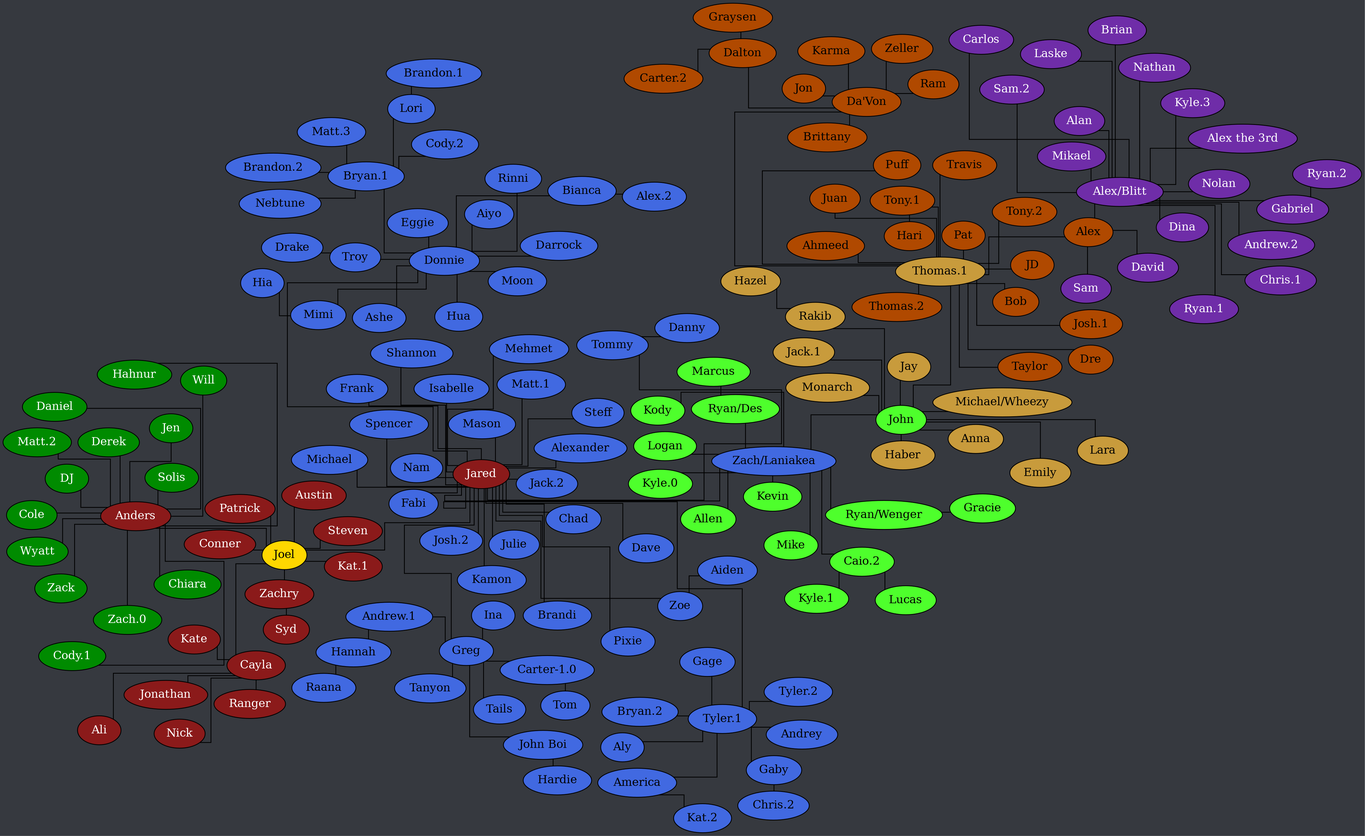
Above: tree.png in Documidas/CoronaCatzFamilyTree (Graphviz), before the change. Its source is kept beside it as tree.dot.
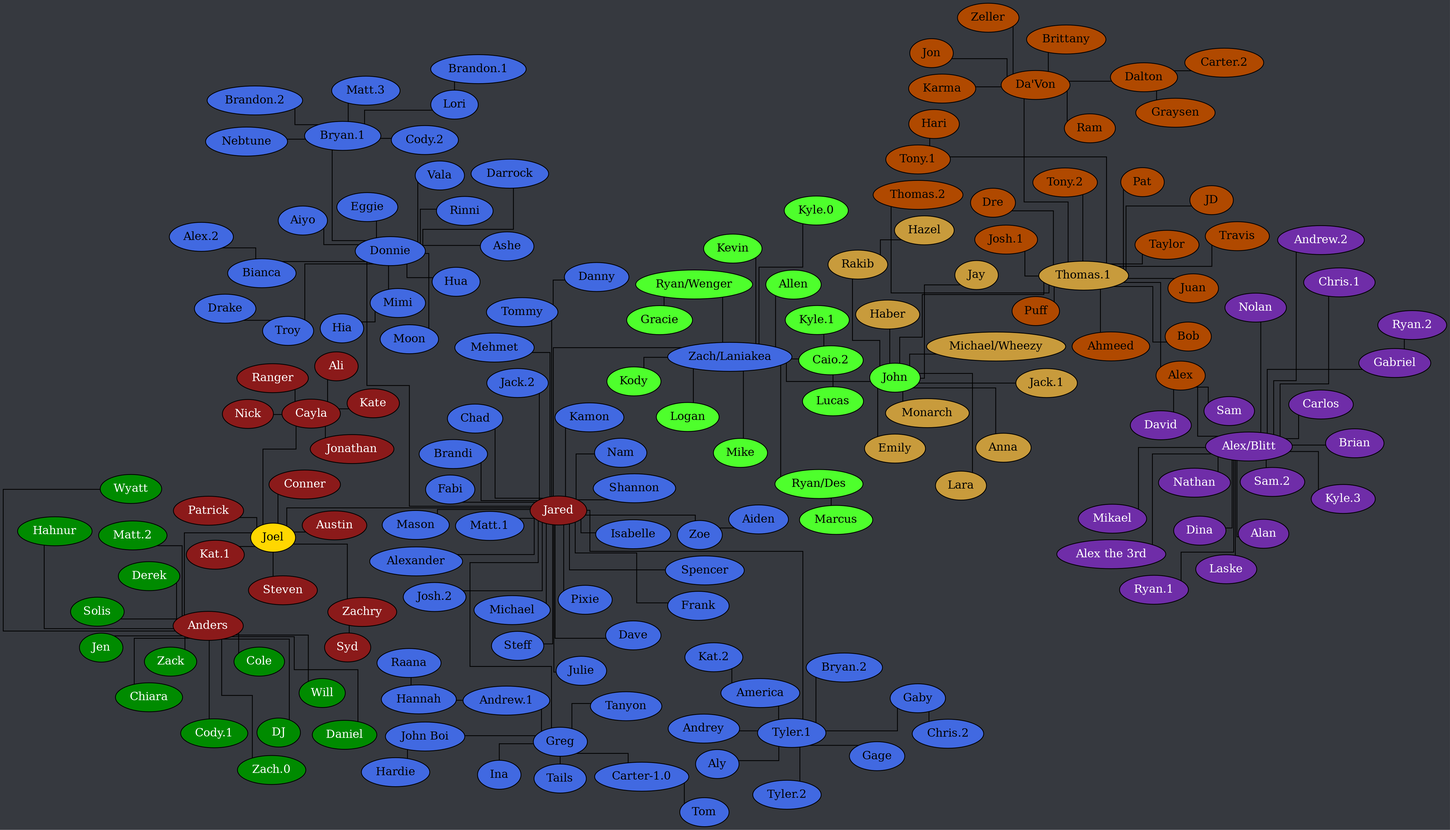
Later version of the same file.

The edit, as a diff of the source:
```diff
@@ -74,6 +74,7 @@
 		Donnie -- Moon;
 		Donnie -- Rinni;
 		Donnie -- Troy;
+		Donnie -- Vala;
 		Gaby -- "Chris.2";
 		Greg -- "Andrew.1";
 		Greg -- "Carter-1.0";
```
